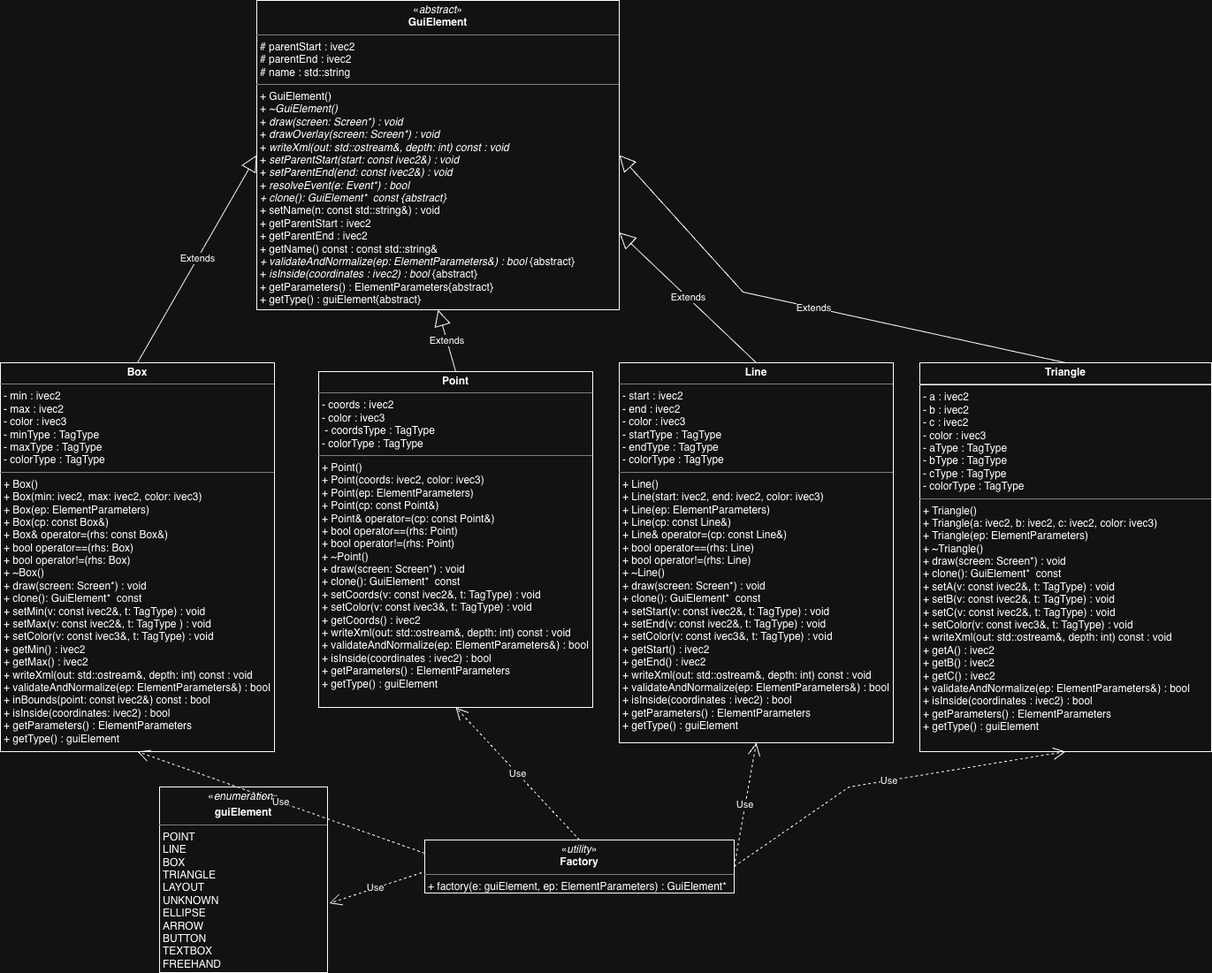
Earlier version of the draw.io export images/GuiElement_UML.png (cgreen2048/ArtHuddle). Source tidied: cells renumbered, new cells last; positions are measured from the earlier drawing's top-left corner, leaving out a move shared by most shapes.
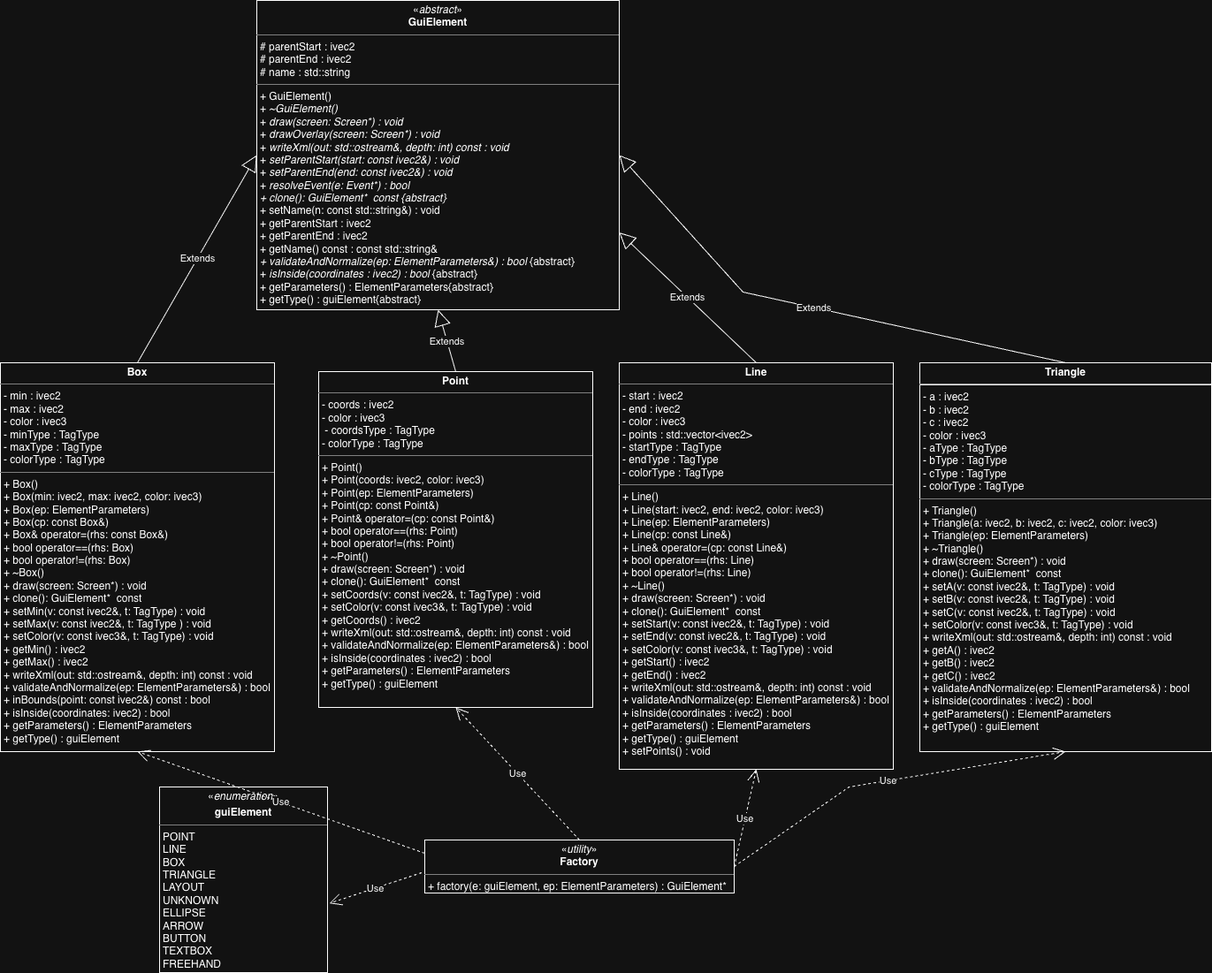
Later version of the same file.

What changed in the source:
```diff
@@ -14,8 +14,8 @@
     <mxCell id="5" value="&lt;p style=&quot;margin:0px;margin-top:4px;text-align:center;&quot;&gt;&lt;b&gt;Box&lt;/b&gt;&lt;/p&gt;&lt;hr size=&quot;1&quot; style=&quot;border-style: solid;&quot;&gt;&lt;p style=&quot;margin: 0px 0px 0px 4px;&quot;&gt;&lt;span style=&quot;background-color: transparent; color: light-dark(rgb(0, 0, 0), rgb(255, 255, 255));&quot;&gt;- min : ivec2&lt;/span&gt;&lt;/p&gt;&lt;p style=&quot;margin:0px;margin-left:4px;&quot;&gt;- max : ivec2&lt;/p&gt;&lt;p style=&quot;margin:0px;margin-left:4px;&quot;&gt;- color : ivec3&lt;/p&gt;&lt;p style=&quot;margin:0px;margin-left:4px;&quot;&gt;- minType :&amp;nbsp;&lt;span style=&quot;background-color: transparent; color: light-dark(rgb(0, 0, 0), rgb(255, 255, 255));&quot;&gt;TagType&lt;/span&gt;&lt;/p&gt;&lt;p style=&quot;margin:0px;margin-left:4px;&quot;&gt;&lt;span style=&quot;white-space: normal;&quot;&gt;- maxType :&amp;nbsp;&lt;/span&gt;&lt;span style=&quot;background-color: transparent; color: light-dark(rgb(0, 0, 0), rgb(255, 255, 255));&quot;&gt;TagType&lt;/span&gt;&lt;/p&gt;&lt;p style=&quot;margin:0px;margin-left:4px;&quot;&gt;&lt;span style=&quot;white-space: normal;&quot;&gt;- colorType :&amp;nbsp;&lt;/span&gt;&lt;span style=&quot;background-color: transparent; color: light-dark(rgb(0, 0, 0), rgb(255, 255, 255));&quot;&gt;TagType&lt;/span&gt;&lt;/p&gt;&lt;hr size=&quot;1&quot; style=&quot;border-style:solid;&quot;&gt;&lt;p style=&quot;margin:0px;margin-left:4px;&quot;&gt;+ Box()&lt;/p&gt;&lt;p style=&quot;margin:0px;margin-left:4px;&quot;&gt;+ Box(min: ivec2, max: ivec2, color: ivec3)&lt;/p&gt;&lt;p style=&quot;margin:0px;margin-left:4px;&quot;&gt;+ Box(ep: ElementParameters)&lt;/p&gt;&lt;p style=&quot;margin:0px;margin-left:4px;&quot;&gt;+ Box(cp: const Box&amp;amp;)&lt;/p&gt;&lt;p style=&quot;margin:0px;margin-left:4px;&quot;&gt;+ Box&amp;amp; operator=(rhs: const Box&amp;amp;)&lt;/p&gt;&lt;p style=&quot;margin:0px;margin-left:4px;&quot;&gt;&lt;span style=&quot;white-space: normal;&quot;&gt;+ bool operator==(rhs: Box)&lt;/span&gt;&lt;/p&gt;&lt;p style=&quot;margin:0px;margin-left:4px;&quot;&gt;+ bool operator!=(rhs: Box)&lt;/p&gt;&lt;p style=&quot;margin:0px;margin-left:4px;&quot;&gt;+&amp;nbsp;~Box()&lt;/p&gt;&lt;p style=&quot;margin:0px;margin-left:4px;&quot;&gt;+&amp;nbsp;draw(screen: Screen*) : void&lt;/p&gt;&lt;p style=&quot;margin:0px;margin-left:4px;&quot;&gt;+ clone(): GuiElement*&amp;nbsp; const&amp;nbsp;&lt;/p&gt;&lt;p style=&quot;margin:0px;margin-left:4px;&quot;&gt;+ setMin(v: const ivec2&amp;amp;, t: TagType) : void&lt;/p&gt;&lt;p style=&quot;margin:0px;margin-left:4px;&quot;&gt;&lt;span style=&quot;white-space: normal;&quot;&gt;+ setMax(v: const ivec2&amp;amp;, t: TagType ) : void&lt;/span&gt;&lt;/p&gt;&lt;p style=&quot;margin:0px;margin-left:4px;&quot;&gt;&lt;span style=&quot;white-space: normal;&quot;&gt;+ setColor(v: const ivec3&amp;amp;, t: TagType) : void&lt;/span&gt;&lt;/p&gt;&lt;p style=&quot;margin:0px;margin-left:4px;&quot;&gt;+ getMin() :&amp;nbsp;&lt;span style=&quot;background-color: transparent; color: light-dark(rgb(0, 0, 0), rgb(255, 255, 255));&quot;&gt;ivec2&lt;/span&gt;&lt;/p&gt;&lt;p style=&quot;margin:0px;margin-left:4px;&quot;&gt;&lt;/p&gt;&lt;p style=&quot;margin:0px;margin-left:4px;&quot;&gt;&lt;span style=&quot;background-color: transparent; color: light-dark(rgb(0, 0, 0), rgb(255, 255, 255));&quot;&gt;+ getMax() :&amp;nbsp;&lt;/span&gt;&lt;span style=&quot;background-color: transparent; color: light-dark(rgb(0, 0, 0), rgb(255, 255, 255));&quot;&gt;ivec2&lt;/span&gt;&lt;/p&gt;&lt;p style=&quot;margin:0px;margin-left:4px;&quot;&gt;&lt;span style=&quot;white-space: normal;&quot;&gt;+ writeXml(out: std::ostream&amp;amp;, depth: int) const : void&lt;/span&gt;&lt;/p&gt;&lt;p style=&quot;margin:0px;margin-left:4px;&quot;&gt;&lt;span style=&quot;white-space: normal;&quot;&gt;+ validateAndNormalize(ep: ElementParameters&amp;amp;) : bool&lt;/span&gt;&lt;/p&gt;&lt;p style=&quot;margin:0px;margin-left:4px;&quot;&gt;&lt;span style=&quot;white-space: normal;&quot;&gt;+&amp;nbsp;&lt;/span&gt;&lt;span style=&quot;background-color: transparent;&quot;&gt;inBounds(point:&amp;nbsp;&lt;/span&gt;&lt;span style=&quot;background-color: transparent; color: light-dark(rgb(0, 0, 0), rgb(255, 255, 255));&quot;&gt;const ivec2&amp;amp;&lt;/span&gt;&lt;span style=&quot;background-color: transparent; color: light-dark(rgb(0, 0, 0), rgb(255, 255, 255));&quot;&gt;) const : bool&lt;/span&gt;&lt;/p&gt;&lt;p style=&quot;margin:0px;margin-left:4px;&quot;&gt;+ isInside(coordinates: ivec2) : bool&lt;span style=&quot;white-space: normal;&quot;&gt;&lt;/span&gt;&lt;/p&gt;&lt;p style=&quot;margin: 0px 0px 0px 4px;&quot;&gt;&lt;span style=&quot;background-color: transparent;&quot;&gt;+ getParameters() : ElementParameters&lt;/span&gt;&lt;/p&gt;&lt;p style=&quot;margin: 0px 0px 0px 4px;&quot;&gt;&lt;span style=&quot;background-color: transparent;&quot;&gt;+ getType() : guiElement&lt;/span&gt;&lt;/p&gt;" style="verticalAlign=top;align=left;overflow=fill;html=1;whiteSpace=wrap;" parent="1" vertex="1">
       <mxGeometry y="410" width="310" height="440" as="geometry" />
     </mxCell>
-    <mxCell id="6" value="&lt;p style=&quot;margin:0px;margin-top:4px;text-align:center;&quot;&gt;&lt;b&gt;Line&lt;/b&gt;&lt;/p&gt;&lt;hr size=&quot;1&quot; style=&quot;border-style: solid;&quot;&gt;&lt;p style=&quot;margin: 0px 0px 0px 4px;&quot;&gt;&lt;span style=&quot;background-color: transparent; color: light-dark(rgb(0, 0, 0), rgb(255, 255, 255));&quot;&gt;- start : ivec2&lt;/span&gt;&lt;/p&gt;&lt;p style=&quot;margin:0px;margin-left:4px;&quot;&gt;- end : ivec2&lt;/p&gt;&lt;p style=&quot;margin:0px;margin-left:4px;&quot;&gt;- color : ivec3&lt;/p&gt;&lt;p style=&quot;margin: 0px 0px 0px 4px;&quot;&gt;- startType :&amp;nbsp;&lt;span style=&quot;background-color: transparent; color: light-dark(rgb(0, 0, 0), rgb(255, 255, 255));&quot;&gt;TagType&lt;/span&gt;&lt;/p&gt;&lt;p style=&quot;margin: 0px 0px 0px 4px;&quot;&gt;- endType :&amp;nbsp;&lt;span style=&quot;background-color: transparent; color: light-dark(rgb(0, 0, 0), rgb(255, 255, 255));&quot;&gt;TagType&lt;/span&gt;&lt;/p&gt;&lt;p style=&quot;margin: 0px 0px 0px 4px;&quot;&gt;- colorType :&amp;nbsp;&lt;span style=&quot;background-color: transparent; color: light-dark(rgb(0, 0, 0), rgb(255, 255, 255));&quot;&gt;TagType&lt;/span&gt;&lt;/p&gt;&lt;hr size=&quot;1&quot; style=&quot;border-style:solid;&quot;&gt;&lt;p style=&quot;margin:0px;margin-left:4px;&quot;&gt;+ Line()&lt;/p&gt;&lt;p style=&quot;margin:0px;margin-left:4px;&quot;&gt;+ Line(start: ivec2, end: ivec2, color: ivec3)&lt;/p&gt;&lt;p style=&quot;margin:0px;margin-left:4px;&quot;&gt;+ Line(ep: ElementParameters)&lt;/p&gt;&lt;p style=&quot;margin:0px;margin-left:4px;&quot;&gt;+ Line(cp: const Line&amp;amp;)&lt;/p&gt;&lt;p style=&quot;margin:0px;margin-left:4px;&quot;&gt;+ Line&amp;amp; operator=(cp: const Line&amp;amp;)&lt;/p&gt;&lt;p style=&quot;margin:0px;margin-left:4px;&quot;&gt;&lt;span style=&quot;white-space: normal;&quot;&gt;+ bool operator==(rhs: Line)&lt;/span&gt;&lt;/p&gt;&lt;p style=&quot;margin:0px;margin-left:4px;&quot;&gt;+ bool operator!=(rhs: Line)&lt;/p&gt;&lt;p style=&quot;margin:0px;margin-left:4px;&quot;&gt;+&amp;nbsp;~Line()&lt;/p&gt;&lt;p style=&quot;margin:0px;margin-left:4px;&quot;&gt;+&amp;nbsp;draw(screen: Screen*) : void&lt;/p&gt;&lt;p style=&quot;margin:0px;margin-left:4px;&quot;&gt;+ clone(): GuiElement*&amp;nbsp; const&amp;nbsp;&lt;/p&gt;&lt;p style=&quot;margin:0px;margin-left:4px;&quot;&gt;+ setStart(v: const ivec2&amp;amp;, t: TagType) : void&lt;/p&gt;&lt;p style=&quot;margin:0px;margin-left:4px;&quot;&gt;&lt;span style=&quot;white-space: normal;&quot;&gt;+ setEnd(v: const ivec2&amp;amp;, t: TagType) : void&lt;/span&gt;&lt;/p&gt;&lt;p style=&quot;margin:0px;margin-left:4px;&quot;&gt;&lt;span style=&quot;white-space: normal;&quot;&gt;+ setColor(v: const ivec3&amp;amp;, t: TagType) : void&lt;/span&gt;&lt;/p&gt;&lt;p style=&quot;margin:0px;margin-left:4px;&quot;&gt;+ getStart() :&amp;nbsp;&lt;span style=&quot;background-color: transparent; color: light-dark(rgb(0, 0, 0), rgb(255, 255, 255));&quot;&gt;ivec2&lt;/span&gt;&lt;/p&gt;&lt;p style=&quot;margin:0px;margin-left:4px;&quot;&gt;&lt;/p&gt;&lt;p style=&quot;margin:0px;margin-left:4px;&quot;&gt;&lt;span style=&quot;white-space: normal;&quot;&gt;+ getEnd() :&amp;nbsp;&lt;/span&gt;&lt;span style=&quot;background-color: transparent; color: light-dark(rgb(0, 0, 0), rgb(255, 255, 255));&quot;&gt;ivec2&lt;/span&gt;&lt;/p&gt;&lt;p style=&quot;margin:0px;margin-left:4px;&quot;&gt;&lt;span style=&quot;white-space: normal;&quot;&gt;+ writeXml(out: std::ostream&amp;amp;, depth: int) const : void&lt;/span&gt;&lt;/p&gt;&lt;p style=&quot;margin:0px;margin-left:4px;&quot;&gt;+ validateAndNormalize(ep: ElementParameters&amp;amp;) : bool&lt;span style=&quot;white-space: normal;&quot;&gt;&lt;/span&gt;&lt;/p&gt;&lt;p style=&quot;margin:0px;margin-left:4px;&quot;&gt;+ isInside(coordinates : ivec2) : bool&lt;/p&gt;&lt;p style=&quot;margin: 0px 0px 0px 4px;&quot;&gt;&lt;span style=&quot;background-color: transparent;&quot;&gt;+ getParameters() : ElementParameters&lt;/span&gt;&lt;/p&gt;&lt;p style=&quot;margin: 0px 0px 0px 4px;&quot;&gt;&lt;span style=&quot;background-color: transparent;&quot;&gt;+ getType() : guiElement&lt;/span&gt;&lt;/p&gt;" style="verticalAlign=top;align=left;overflow=fill;html=1;whiteSpace=wrap;" parent="1" vertex="1">
-      <mxGeometry x="700" y="410" width="310" height="430" as="geometry" />
+    <mxCell id="6" value="&lt;p style=&quot;margin:0px;margin-top:4px;text-align:center;&quot;&gt;&lt;b&gt;Line&lt;/b&gt;&lt;/p&gt;&lt;hr size=&quot;1&quot; style=&quot;border-style: solid;&quot;&gt;&lt;p style=&quot;margin: 0px 0px 0px 4px;&quot;&gt;&lt;span style=&quot;background-color: transparent; color: light-dark(rgb(0, 0, 0), rgb(255, 255, 255));&quot;&gt;- start : ivec2&lt;/span&gt;&lt;/p&gt;&lt;p style=&quot;margin:0px;margin-left:4px;&quot;&gt;- end : ivec2&lt;/p&gt;&lt;p style=&quot;margin:0px;margin-left:4px;&quot;&gt;- color : ivec3&lt;/p&gt;&lt;p style=&quot;margin:0px;margin-left:4px;&quot;&gt;- points : std::vector&amp;lt;ivec2&amp;gt;&lt;/p&gt;&lt;p style=&quot;margin: 0px 0px 0px 4px;&quot;&gt;- startType :&amp;nbsp;&lt;span style=&quot;background-color: transparent; color: light-dark(rgb(0, 0, 0), rgb(255, 255, 255));&quot;&gt;TagType&lt;/span&gt;&lt;/p&gt;&lt;p style=&quot;margin: 0px 0px 0px 4px;&quot;&gt;- endType :&amp;nbsp;&lt;span style=&quot;background-color: transparent; color: light-dark(rgb(0, 0, 0), rgb(255, 255, 255));&quot;&gt;TagType&lt;/span&gt;&lt;/p&gt;&lt;p style=&quot;margin: 0px 0px 0px 4px;&quot;&gt;- colorType :&amp;nbsp;&lt;span style=&quot;background-color: transparent; color: light-dark(rgb(0, 0, 0), rgb(255, 255, 255));&quot;&gt;TagType&lt;/span&gt;&lt;/p&gt;&lt;hr size=&quot;1&quot; style=&quot;border-style:solid;&quot;&gt;&lt;p style=&quot;margin:0px;margin-left:4px;&quot;&gt;+ Line()&lt;/p&gt;&lt;p style=&quot;margin:0px;margin-left:4px;&quot;&gt;+ Line(start: ivec2, end: ivec2, color: ivec3)&lt;/p&gt;&lt;p style=&quot;margin:0px;margin-left:4px;&quot;&gt;+ Line(ep: ElementParameters)&lt;/p&gt;&lt;p style=&quot;margin:0px;margin-left:4px;&quot;&gt;+ Line(cp: const Line&amp;amp;)&lt;/p&gt;&lt;p style=&quot;margin:0px;margin-left:4px;&quot;&gt;+ Line&amp;amp; operator=(cp: const Line&amp;amp;)&lt;/p&gt;&lt;p style=&quot;margin:0px;margin-left:4px;&quot;&gt;&lt;span style=&quot;white-space: normal;&quot;&gt;+ bool operator==(rhs: Line)&lt;/span&gt;&lt;/p&gt;&lt;p style=&quot;margin:0px;margin-left:4px;&quot;&gt;+ bool operator!=(rhs: Line)&lt;/p&gt;&lt;p style=&quot;margin:0px;margin-left:4px;&quot;&gt;+&amp;nbsp;~Line()&lt;/p&gt;&lt;p style=&quot;margin:0px;margin-left:4px;&quot;&gt;+&amp;nbsp;draw(screen: Screen*) : void&lt;/p&gt;&lt;p style=&quot;margin:0px;margin-left:4px;&quot;&gt;+ clone(): GuiElement*&amp;nbsp; const&amp;nbsp;&lt;/p&gt;&lt;p style=&quot;margin:0px;margin-left:4px;&quot;&gt;+ setStart(v: const ivec2&amp;amp;, t: TagType) : void&lt;/p&gt;&lt;p style=&quot;margin:0px;margin-left:4px;&quot;&gt;&lt;span style=&quot;white-space: normal;&quot;&gt;+ setEnd(v: const ivec2&amp;amp;, t: TagType) : void&lt;/span&gt;&lt;/p&gt;&lt;p style=&quot;margin:0px;margin-left:4px;&quot;&gt;&lt;span style=&quot;white-space: normal;&quot;&gt;+ setColor(v: const ivec3&amp;amp;, t: TagType) : void&lt;/span&gt;&lt;/p&gt;&lt;p style=&quot;margin:0px;margin-left:4px;&quot;&gt;+ getStart() :&amp;nbsp;&lt;span style=&quot;background-color: transparent; color: light-dark(rgb(0, 0, 0), rgb(255, 255, 255));&quot;&gt;ivec2&lt;/span&gt;&lt;/p&gt;&lt;p style=&quot;margin:0px;margin-left:4px;&quot;&gt;&lt;/p&gt;&lt;p style=&quot;margin:0px;margin-left:4px;&quot;&gt;&lt;span style=&quot;white-space: normal;&quot;&gt;+ getEnd() :&amp;nbsp;&lt;/span&gt;&lt;span style=&quot;background-color: transparent; color: light-dark(rgb(0, 0, 0), rgb(255, 255, 255));&quot;&gt;ivec2&lt;/span&gt;&lt;/p&gt;&lt;p style=&quot;margin:0px;margin-left:4px;&quot;&gt;&lt;span style=&quot;white-space: normal;&quot;&gt;+ writeXml(out: std::ostream&amp;amp;, depth: int) const : void&lt;/span&gt;&lt;/p&gt;&lt;p style=&quot;margin:0px;margin-left:4px;&quot;&gt;+ validateAndNormalize(ep: ElementParameters&amp;amp;) : bool&lt;span style=&quot;white-space: normal;&quot;&gt;&lt;/span&gt;&lt;/p&gt;&lt;p style=&quot;margin:0px;margin-left:4px;&quot;&gt;+ isInside(coordinates : ivec2) : bool&lt;/p&gt;&lt;p style=&quot;margin: 0px 0px 0px 4px;&quot;&gt;&lt;span style=&quot;background-color: transparent;&quot;&gt;+ getParameters() : ElementParameters&lt;/span&gt;&lt;/p&gt;&lt;p style=&quot;margin: 0px 0px 0px 4px;&quot;&gt;&lt;span style=&quot;background-color: transparent;&quot;&gt;+ getType() : guiElement&lt;/span&gt;&lt;/p&gt;&lt;p style=&quot;margin: 0px 0px 0px 4px;&quot;&gt;&lt;span style=&quot;background-color: transparent;&quot;&gt;+ setPoints() : void&lt;/span&gt;&lt;/p&gt;" style="verticalAlign=top;align=left;overflow=fill;html=1;whiteSpace=wrap;" parent="1" vertex="1">
+      <mxGeometry x="700" y="410" width="310" height="460" as="geometry" />
     </mxCell>
     <mxCell id="7" value="&lt;p style=&quot;margin:0px;margin-top:4px;text-align:center;&quot;&gt;&lt;b&gt;Point&lt;/b&gt;&lt;/p&gt;&lt;hr size=&quot;1&quot; style=&quot;border-style: solid;&quot;&gt;&lt;p style=&quot;margin: 0px 0px 0px 4px;&quot;&gt;&lt;span style=&quot;background-color: transparent; color: light-dark(rgb(0, 0, 0), rgb(255, 255, 255));&quot;&gt;- coords : ivec2&lt;/span&gt;&lt;/p&gt;&lt;p style=&quot;margin:0px;margin-left:4px;&quot;&gt;- color : ivec3&lt;/p&gt;&lt;p style=&quot;margin:0px;margin-left:4px;&quot;&gt;&amp;nbsp;- coordsType : TagType&lt;/p&gt;&lt;p style=&quot;margin:0px;margin-left:4px;&quot;&gt;&lt;span style=&quot;white-space: normal;&quot;&gt;- colorType :&amp;nbsp;&lt;/span&gt;&lt;span style=&quot;background-color: transparent; color: light-dark(rgb(0, 0, 0), rgb(255, 255, 255));&quot;&gt;TagType&lt;/span&gt;&lt;/p&gt;&lt;hr size=&quot;1&quot; style=&quot;border-style:solid;&quot;&gt;&lt;p style=&quot;margin:0px;margin-left:4px;&quot;&gt;+ Point()&lt;/p&gt;&lt;p style=&quot;margin:0px;margin-left:4px;&quot;&gt;+ Point(coords: ivec2, color: ivec3)&lt;/p&gt;&lt;p style=&quot;margin: 0px 0px 0px 4px;&quot;&gt;+ Point(ep: ElementParameters)&lt;/p&gt;&lt;p style=&quot;margin:0px;margin-left:4px;&quot;&gt;+ Point(cp: const Point&amp;amp;)&lt;/p&gt;&lt;p style=&quot;margin:0px;margin-left:4px;&quot;&gt;+ Point&amp;amp; operator=(cp: const Point&amp;amp;)&lt;/p&gt;&lt;p style=&quot;margin:0px;margin-left:4px;&quot;&gt;&lt;span style=&quot;white-space: normal;&quot;&gt;+ bool operator==(rhs: Point)&lt;/span&gt;&lt;/p&gt;&lt;p style=&quot;margin:0px;margin-left:4px;&quot;&gt;+ bool operator!=(rhs: Point)&lt;/p&gt;&lt;p style=&quot;margin:0px;margin-left:4px;&quot;&gt;+&amp;nbsp;~Point()&lt;/p&gt;&lt;p style=&quot;margin:0px;margin-left:4px;&quot;&gt;+&amp;nbsp;draw(screen: Screen*) : void&lt;/p&gt;&lt;p style=&quot;margin:0px;margin-left:4px;&quot;&gt;+ clone(): GuiElement*&amp;nbsp; const&amp;nbsp;&lt;/p&gt;&lt;p style=&quot;margin:0px;margin-left:4px;&quot;&gt;&lt;span style=&quot;background-color: transparent; color: light-dark(rgb(0, 0, 0), rgb(255, 255, 255));&quot;&gt;+ setCoords(v: const ivec2&amp;amp;, t: TagType) : void&lt;/span&gt;&lt;/p&gt;&lt;p style=&quot;margin:0px;margin-left:4px;&quot;&gt;&lt;span style=&quot;white-space: normal;&quot;&gt;+ setColor(v: const ivec3&amp;amp;, t: TagType) : void&lt;/span&gt;&lt;/p&gt;&lt;p style=&quot;margin:0px;margin-left:4px;&quot;&gt;+ getCoords() :&amp;nbsp;&lt;span style=&quot;background-color: transparent; color: light-dark(rgb(0, 0, 0), rgb(255, 255, 255));&quot;&gt;ivec2&lt;/span&gt;&lt;/p&gt;&lt;p style=&quot;margin:0px;margin-left:4px;&quot;&gt;&lt;span style=&quot;white-space: normal;&quot;&gt;+ writeXml(out: std::ostream&amp;amp;, depth: int) const : void&lt;/span&gt;&lt;/p&gt;&lt;p style=&quot;margin:0px;margin-left:4px;&quot;&gt;+ validateAndNormalize(ep: ElementParameters&amp;amp;) : bool&lt;span style=&quot;white-space: normal;&quot;&gt;&lt;/span&gt;&lt;/p&gt;&lt;p style=&quot;margin:0px;margin-left:4px;&quot;&gt;+ isInside(coordinates : ivec2) : bool&lt;/p&gt;&lt;p style=&quot;margin: 0px 0px 0px 4px;&quot;&gt;&lt;span style=&quot;background-color: transparent;&quot;&gt;+ getParameters() : ElementParameters&lt;/span&gt;&lt;/p&gt;&lt;p style=&quot;margin: 0px 0px 0px 4px;&quot;&gt;&lt;span style=&quot;background-color: transparent;&quot;&gt;+ getType() : guiElement&lt;/span&gt;&lt;/p&gt;" style="verticalAlign=top;align=left;overflow=fill;html=1;whiteSpace=wrap;" parent="1" vertex="1">
       <mxGeometry x="360" y="420" width="310" height="380" as="geometry" />
```
